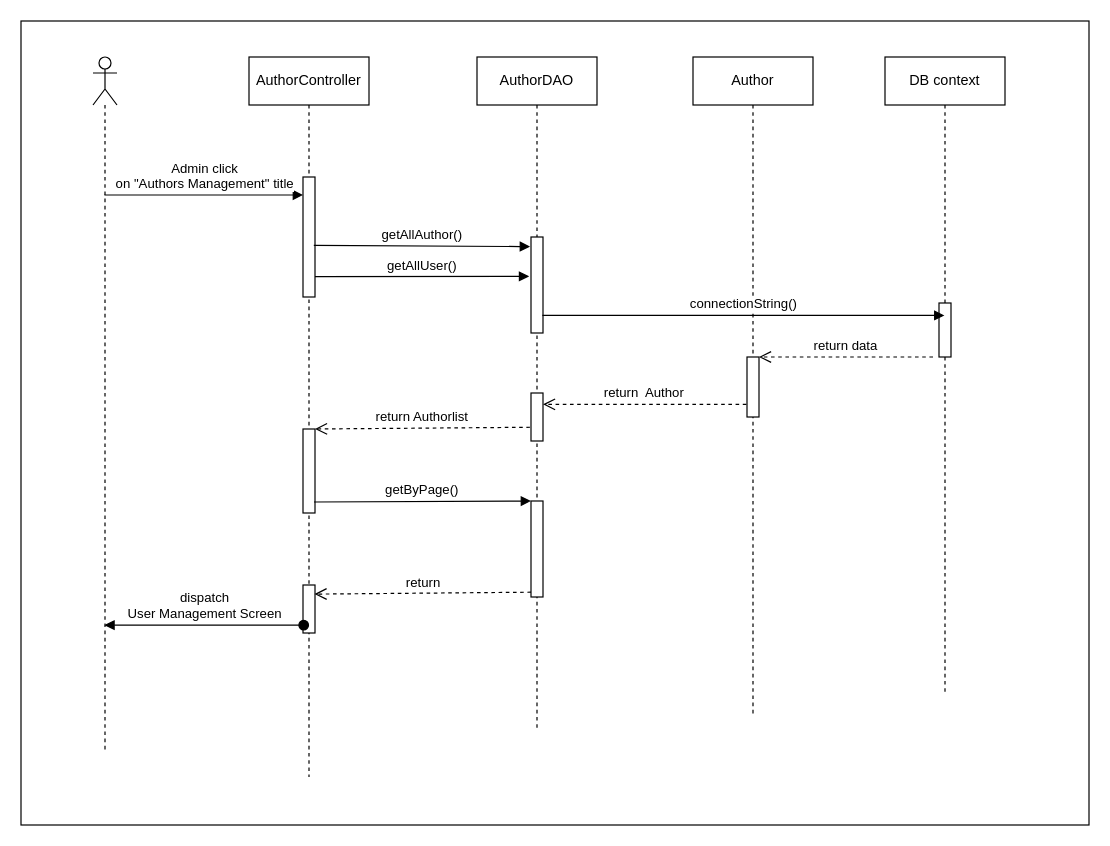
Earlier version of the draw.io diagram page "Trang-2" (2 of 8) of te3.drawio (baspdd/desktop-tutorial). Source tidied: cells renumbered, new cells numbered last; positions are measured from the earlier drawing's top-left corner, leaving out a move shared by most shapes. Both pictures are drawn from the tidied source at 120%, with x=0, y=0 at pixel (20, 20).
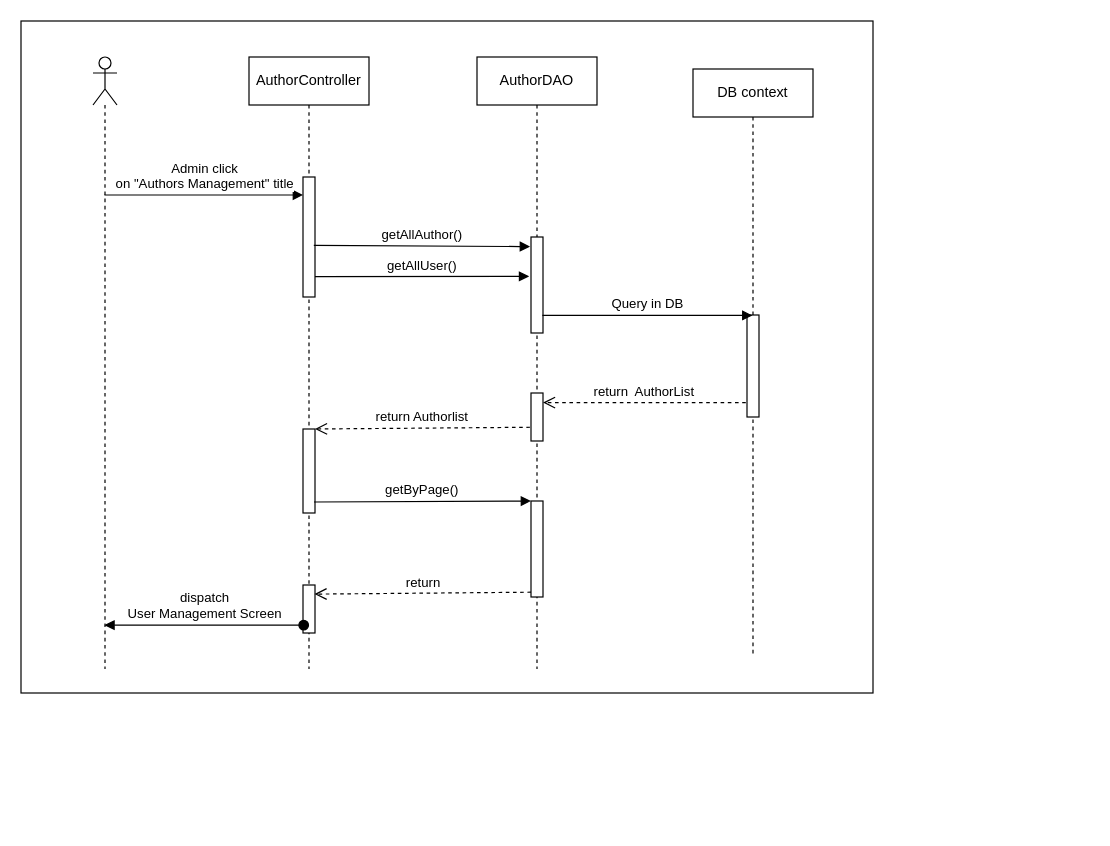
After the change.

Unchanged cells that the change refers to:
```xml
<mxCell id="9" style="html=1;points=[];perimeter=orthogonalPerimeter;" parent="8" vertex="1">
  <mxGeometry x="45" y="150" width="10" height="80" as="geometry" />
</mxCell>
<mxCell id="10" style="html=1;points=[];perimeter=orthogonalPerimeter;" parent="8" vertex="1">
  <mxGeometry x="45" y="280" width="10" height="40" as="geometry" />
</mxCell>
```

What changed in the source:
```diff
@@
     <mxCell id="2" style="rounded=0;whiteSpace=wrap;html=1;" parent="1" vertex="1">
-      <mxGeometry width="890" height="670" as="geometry" />
+      <mxGeometry width="710" height="560" as="geometry" />
     </mxCell>
     <mxCell id="3" style="shape=umlLifeline;participant=umlActor;perimeter=lifelinePerimeter;whiteSpace=wrap;html=1;verticalAlign=top;spacingTop=36;outlineConnect=0;" parent="1" vertex="1">
-      <mxGeometry x="60" y="30" width="20" height="580" as="geometry" />
+      <mxGeometry x="60" y="30" width="20" height="510" as="geometry" />
     </mxCell>
     <mxCell id="4" value="AuthorController" style="shape=umlLifeline;perimeter=lifelinePerimeter;whiteSpace=wrap;html=1;" parent="1" vertex="1">
-      <mxGeometry x="190" y="30" width="100" height="600" as="geometry" />
+      <mxGeometry x="190" y="30" width="100" height="510" as="geometry" />
     </mxCell>
@@
     <mxCell id="8" value="AuthorDAO" style="shape=umlLifeline;perimeter=lifelinePerimeter;whiteSpace=wrap;html=1;" parent="1" vertex="1">
-      <mxGeometry x="380" y="30" width="100" height="560" as="geometry" />
+      <mxGeometry x="380" y="30" width="100" height="510" as="geometry" />
     </mxCell>
@@
-    <mxCell id="12" value="Author" style="shape=umlLifeline;perimeter=lifelinePerimeter;whiteSpace=wrap;html=1;" parent="1" vertex="1">
-      <mxGeometry x="560" y="30" width="100" height="550" as="geometry" />
-    </mxCell>
-    <mxCell id="13" style="html=1;points=[];perimeter=orthogonalPerimeter;" parent="12" vertex="1">
-      <mxGeometry x="45" y="250" width="10" height="50" as="geometry" />
-    </mxCell>
     <mxCell id="14" value="DB context" style="shape=umlLifeline;perimeter=lifelinePerimeter;whiteSpace=wrap;html=1;outlineConnect=0;" parent="1" vertex="1">
-      <mxGeometry x="720" y="30" width="100" height="530" as="geometry" />
+      <mxGeometry x="560" y="40" width="100" height="490" as="geometry" />
     </mxCell>
     <mxCell id="15" style="html=1;points=[];perimeter=orthogonalPerimeter;" parent="14" vertex="1">
-      <mxGeometry x="45" y="205" width="10" height="45" as="geometry" />
+      <mxGeometry x="45" y="205" width="10" height="85" as="geometry" />
     </mxCell>
@@
-    <mxCell id="17" value="connectionString()" style="html=1;verticalAlign=bottom;endArrow=block;rounded=0;exitX=0.948;exitY=0.817;exitDx=0;exitDy=0;exitPerimeter=0;" parent="1" edge="1" source="9" target="14">
+    <mxCell id="17" value="Query in DB" style="html=1;verticalAlign=bottom;endArrow=block;rounded=0;exitX=0.948;exitY=0.817;exitDx=0;exitDy=0;exitPerimeter=0;" parent="1" edge="1" source="9" target="14">
       <mxGeometry relative="1" as="geometry" />
     </mxCell>
-    <mxCell id="18" value="return data" style="html=1;verticalAlign=bottom;endArrow=open;dashed=1;endSize=8;rounded=0;" parent="1" edge="1" target="13">
-      <mxGeometry relative="1" as="geometry">
-        <mxPoint x="760" y="280" as="sourcePoint" />
-      </mxGeometry>
-    </mxCell>
-    <mxCell id="19" value="return&amp;nbsp; Author" style="html=1;verticalAlign=bottom;endArrow=open;dashed=1;endSize=8;rounded=0;exitX=-0.052;exitY=0.789;exitDx=0;exitDy=0;exitPerimeter=0;" parent="1" edge="1" source="13" target="10">
+    <mxCell id="19" value="return&amp;nbsp; AuthorList" style="html=1;verticalAlign=bottom;endArrow=open;dashed=1;endSize=8;rounded=0;exitX=-0.1;exitY=0.859;exitDx=0;exitDy=0;exitPerimeter=0;" parent="1" edge="1" source="15" target="10">
       <mxGeometry relative="1" as="geometry" />
     </mxCell>
```
